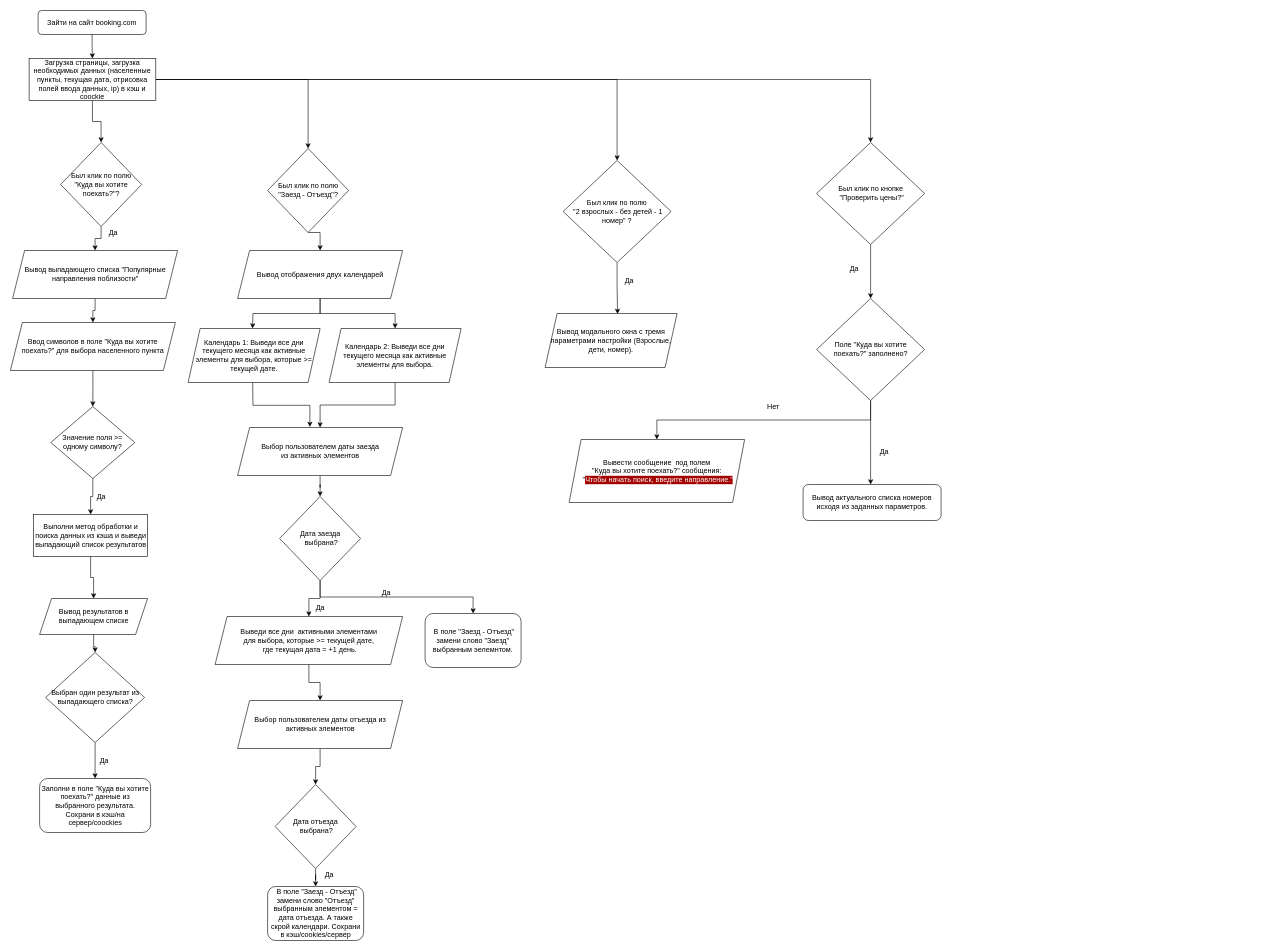
Before: page "Фильтрация номеров" (2 of 2) of Untitled Diagram.drawio in ArtSheff/hw-dotnet, a draw.io diagram. Source tidied: cells renumbered, new cells numbered last; positions are measured from the earlier drawing's top-left corner, leaving out a move shared by most shapes. Both pictures are drawn from the tidied source at 60%, with x=0, y=0 at pixel (10, 10).
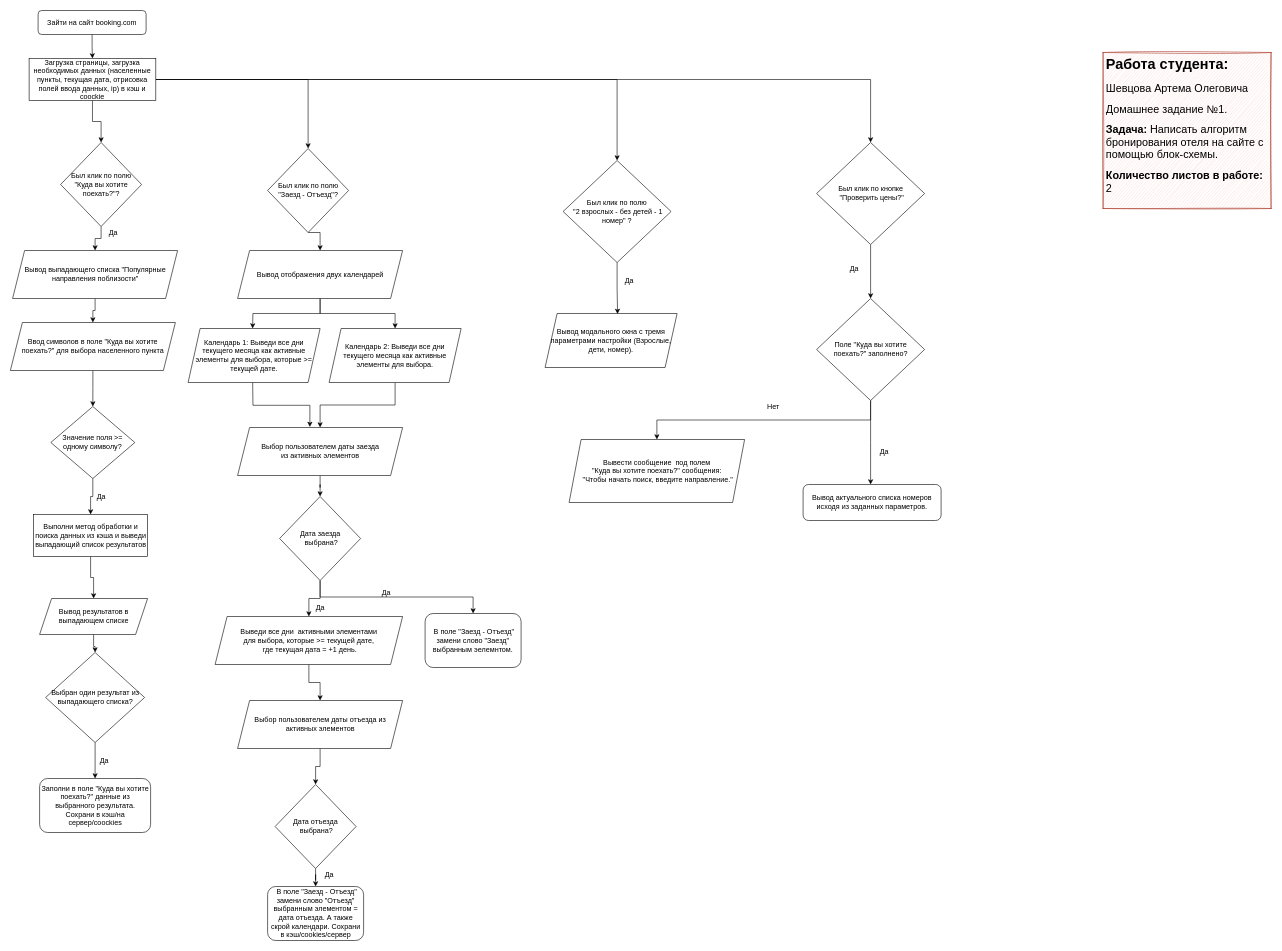
After the change.

Change to the diagram source:
```diff
@@
-    <mxCell id="60" value="Вывести сообщение&amp;nbsp; под полем&lt;br&gt;&quot;Куда вы хотите поехать?&quot; сообщения:&lt;br&gt;&amp;nbsp;&quot;&lt;span style=&quot;color: rgb(255 , 255 , 255) ; font-family: &amp;#34;blinkmacsystemfont&amp;#34; , , &amp;#34;segoe ui&amp;#34; , &amp;#34;roboto&amp;#34; , &amp;#34;helvetica&amp;#34; , &amp;#34;arial&amp;#34; , sans-serif ; background-color: rgb(163 , 0 , 0)&quot;&gt;Чтобы начать поиск, введите направление.&quot;&lt;/span&gt;" style="shape=parallelogram;perimeter=parallelogramPerimeter;whiteSpace=wrap;html=1;fixedSize=1;" parent="1" vertex="1">
+    <mxCell id="60" value="Вывести сообщение&amp;nbsp; под полем&lt;br&gt;&quot;Куда вы хотите поехать?&quot; сообщения:&lt;br&gt;&amp;nbsp;&quot;Чтобы начать поиск, введите направление.&quot;" style="shape=parallelogram;perimeter=parallelogramPerimeter;whiteSpace=wrap;html=1;fixedSize=1;" parent="1" vertex="1">
       <mxGeometry x="931" y="715" width="292.5" height="105" as="geometry" />
     </mxCell>
@@
+    <mxCell id="66" value="&lt;h1&gt;Работа студента:&lt;/h1&gt;&lt;p&gt;&lt;font style=&quot;font-size: 18px&quot;&gt;Шевцова Артема Олеговича&lt;/font&gt;&lt;/p&gt;&lt;p&gt;&lt;font style=&quot;font-size: 18px&quot;&gt;Домашнее задание №1.&lt;/font&gt;&lt;/p&gt;&lt;p&gt;&lt;font style=&quot;font-size: 18px&quot;&gt;&lt;b&gt;Задача:&lt;/b&gt; Написать алгоритм бронирования отеля на сайте с помощью блок-схемы.&lt;/font&gt;&lt;/p&gt;&lt;p&gt;&lt;span style=&quot;font-size: 18px&quot;&gt;&lt;b&gt;Количество&amp;nbsp;&lt;/b&gt;&lt;/span&gt;&lt;span style=&quot;font-size: 18px&quot;&gt;&lt;b&gt;листов в работе:&lt;/b&gt; 2&lt;/span&gt;&lt;/p&gt;" style="text;html=1;strokeColor=#ae4132;fillColor=#fad9d5;spacing=5;spacingTop=-20;whiteSpace=wrap;overflow=hidden;rounded=0;sketch=1;glass=0;shadow=0;" parent="1" vertex="1">
+      <mxGeometry x="1821" y="70" width="280" height="260" as="geometry" />
+    </mxCell>
```
